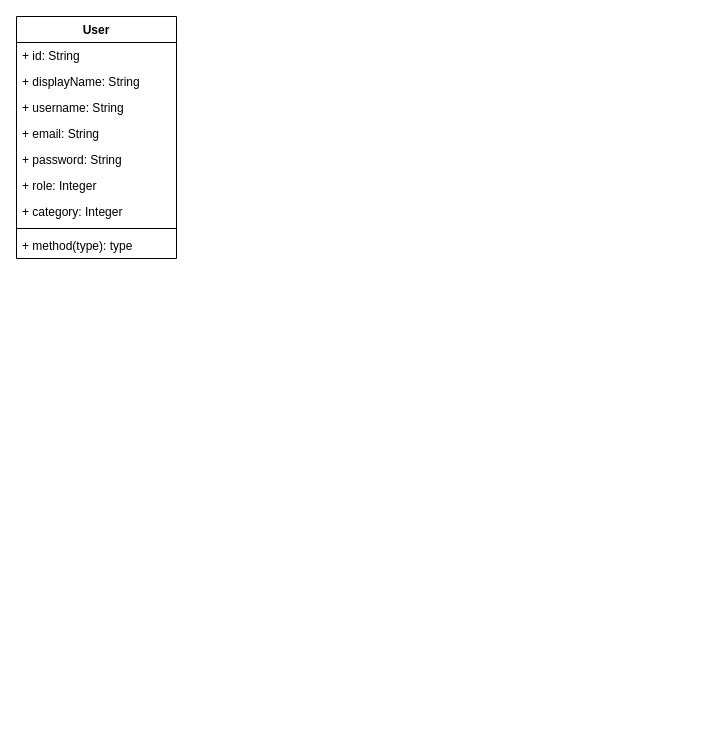
Demetriox/flutter-client keeps this draw.io diagram as Untitled Diagram.drawio. Above is the earlier version. Source tidied: cells renumbered, new cells numbered last; positions are measured from the earlier drawing's top-left corner, leaving out a move shared by most shapes. Both pictures are drawn from the tidied source at 100%, with x=0, y=0 at pixel (16, 16).
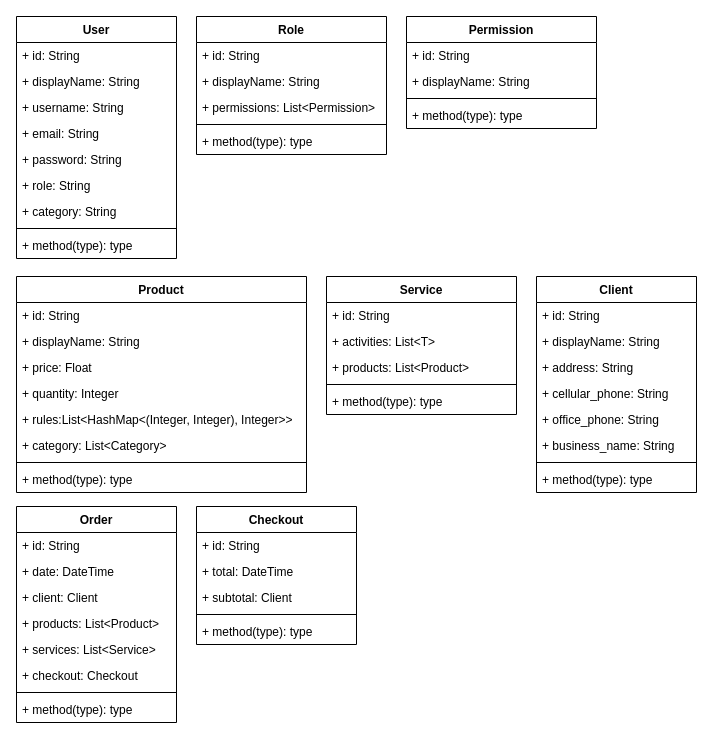
After the change.

Unchanged cells that the change refers to:
```xml
<mxCell id="2" value="User" style="swimlane;fontStyle=1;align=center;verticalAlign=top;horizontal=1;startSize=26;" parent="1" vertex="1">
  <mxGeometry width="160" height="242" as="geometry" />
</mxCell>
```

What changed in the source:
```diff
@@
-    <mxCell id="8" value="+ role: Integer" style="text;strokeColor=none;fillColor=none;align=left;verticalAlign=top;spacingLeft=4;spacingRight=4;overflow=hidden;" parent="2" vertex="1">
+    <mxCell id="8" value="+ role: String" style="text;strokeColor=none;fillColor=none;align=left;verticalAlign=top;spacingLeft=4;spacingRight=4;overflow=hidden;" parent="2" vertex="1">
       <mxGeometry y="156" width="160" height="26" as="geometry" />
     </mxCell>
-    <mxCell id="9" value="+ category: Integer" style="text;strokeColor=none;fillColor=none;align=left;verticalAlign=top;spacingLeft=4;spacingRight=4;overflow=hidden;" parent="2" vertex="1">
+    <mxCell id="9" value="+ category: String" style="text;strokeColor=none;fillColor=none;align=left;verticalAlign=top;spacingLeft=4;spacingRight=4;overflow=hidden;" parent="2" vertex="1">
       <mxGeometry y="182" width="160" height="26" as="geometry" />
     </mxCell>
@@
+    <mxCell id="12" value="Role" style="swimlane;fontStyle=1;align=center;verticalAlign=top;horizontal=1;startSize=26;" parent="1" vertex="1">
+      <mxGeometry x="180" width="190" height="138" as="geometry" />
+    </mxCell>
+    <mxCell id="13" value="+ id: String" style="text;strokeColor=none;fillColor=none;align=left;verticalAlign=top;spacingLeft=4;spacingRight=4;overflow=hidden;" parent="12" vertex="1">
+      <mxGeometry y="26" width="190" height="26" as="geometry" />
+    </mxCell>
+    <mxCell id="14" value="+ displayName: String" style="text;strokeColor=none;fillColor=none;align=left;verticalAlign=top;spacingLeft=4;spacingRight=4;overflow=hidden;" parent="12" vertex="1">
+      <mxGeometry y="52" width="190" height="26" as="geometry" />
+    </mxCell>
+    <mxCell id="15" value="+ permissions: List&lt;Permission&gt;" style="text;strokeColor=none;fillColor=none;align=left;verticalAlign=top;spacingLeft=4;spacingRight=4;overflow=hidden;" parent="12" vertex="1">
+      <mxGeometry y="78" width="190" height="26" as="geometry" />
+    </mxCell>
+    <mxCell id="16" style="line;strokeWidth=1;fillColor=none;align=left;verticalAlign=middle;spacingTop=-1;spacingLeft=3;spacingRight=3;labelPosition=right;" parent="12" vertex="1">
+      <mxGeometry y="104" width="190" height="8" as="geometry" />
+    </mxCell>
+    <mxCell id="17" value="+ method(type): type" style="text;strokeColor=none;fillColor=none;align=left;verticalAlign=top;spacingLeft=4;spacingRight=4;overflow=hidden;" parent="12" vertex="1">
+      <mxGeometry y="112" width="190" height="26" as="geometry" />
+    </mxCell>
+    <mxCell id="18" value="Permission" style="swimlane;fontStyle=1;align=center;verticalAlign=top;horizontal=1;startSize=26;" parent="1" vertex="1">
+      <mxGeometry x="390" width="190" height="112" as="geometry" />
+    </mxCell>
+    <mxCell id="19" value="+ id: String" style="text;strokeColor=none;fillColor=none;align=left;verticalAlign=top;spacingLeft=4;spacingRight=4;overflow=hidden;" parent="18" vertex="1">
+      <mxGeometry y="26" width="190" height="26" as="geometry" />
+    </mxCell>
+    <mxCell id="20" value="+ displayName: String" style="text;strokeColor=none;fillColor=none;align=left;verticalAlign=top;spacingLeft=4;spacingRight=4;overflow=hidden;" parent="18" vertex="1">
+      <mxGeometry y="52" width="190" height="26" as="geometry" />
+    </mxCell>
+    <mxCell id="21" style="line;strokeWidth=1;fillColor=none;align=left;verticalAlign=middle;spacingTop=-1;spacingLeft=3;spacingRight=3;labelPosition=right;" parent="18" vertex="1">
+      <mxGeometry y="78" width="190" height="8" as="geometry" />
+    </mxCell>
+    <mxCell id="22" value="+ method(type): type" style="text;strokeColor=none;fillColor=none;align=left;verticalAlign=top;spacingLeft=4;spacingRight=4;overflow=hidden;" parent="18" vertex="1">
+      <mxGeometry y="86" width="190" height="26" as="geometry" />
+    </mxCell>
+    <mxCell id="23" value="Product" style="swimlane;fontStyle=1;align=center;verticalAlign=top;horizontal=1;startSize=26;" parent="1" vertex="1">
+      <mxGeometry y="260" width="290" height="216" as="geometry" />
+    </mxCell>
+    <mxCell id="24" value="+ id: String" style="text;strokeColor=none;fillColor=none;align=left;verticalAlign=top;spacingLeft=4;spacingRight=4;overflow=hidden;" parent="23" vertex="1">
+      <mxGeometry y="26" width="290" height="26" as="geometry" />
+    </mxCell>
+    <mxCell id="25" value="+ displayName: String" style="text;strokeColor=none;fillColor=none;align=left;verticalAlign=top;spacingLeft=4;spacingRight=4;overflow=hidden;" parent="23" vertex="1">
+      <mxGeometry y="52" width="290" height="26" as="geometry" />
+    </mxCell>
+    <mxCell id="26" value="+ price: Float" style="text;strokeColor=none;fillColor=none;align=left;verticalAlign=top;spacingLeft=4;spacingRight=4;overflow=hidden;" parent="23" vertex="1">
+      <mxGeometry y="78" width="290" height="26" as="geometry" />
+    </mxCell>
+    <mxCell id="27" value="+ quantity: Integer" style="text;strokeColor=none;fillColor=none;align=left;verticalAlign=top;spacingLeft=4;spacingRight=4;overflow=hidden;" parent="23" vertex="1">
+      <mxGeometry y="104" width="290" height="26" as="geometry" />
+    </mxCell>
+    <mxCell id="28" value="+ rules:List&lt;HashMap&lt;(Integer, Integer), Integer&gt;&gt;" style="text;strokeColor=none;fillColor=none;align=left;verticalAlign=top;spacingLeft=4;spacingRight=4;overflow=hidden;" parent="23" vertex="1">
+      <mxGeometry y="130" width="290" height="26" as="geometry" />
+    </mxCell>
+    <mxCell id="29" value="+ category: List&lt;Category&gt;" style="text;strokeColor=none;fillColor=none;align=left;verticalAlign=top;spacingLeft=4;spacingRight=4;overflow=hidden;" parent="23" vertex="1">
+      <mxGeometry y="156" width="290" height="26" as="geometry" />
+    </mxCell>
+    <mxCell id="30" style="line;strokeWidth=1;fillColor=none;align=left;verticalAlign=middle;spacingTop=-1;spacingLeft=3;spacingRight=3;labelPosition=right;" parent="23" vertex="1">
+      <mxGeometry y="182" width="290" height="8" as="geometry" />
+    </mxCell>
+    <mxCell id="31" value="+ method(type): type" style="text;strokeColor=none;fillColor=none;align=left;verticalAlign=top;spacingLeft=4;spacingRight=4;overflow=hidden;" parent="23" vertex="1">
+      <mxGeometry y="190" width="290" height="26" as="geometry" />
+    </mxCell>
+    <mxCell id="32" value="Service" style="swimlane;fontStyle=1;align=center;verticalAlign=top;horizontal=1;startSize=26;" parent="1" vertex="1">
+      <mxGeometry x="310" y="260" width="190" height="138" as="geometry" />
+    </mxCell>
+    <mxCell id="33" value="+ id: String" style="text;strokeColor=none;fillColor=none;align=left;verticalAlign=top;spacingLeft=4;spacingRight=4;overflow=hidden;" parent="32" vertex="1">
+      <mxGeometry y="26" width="190" height="26" as="geometry" />
+    </mxCell>
+    <mxCell id="34" value="+ activities: List&lt;T&gt;" style="text;strokeColor=none;fillColor=none;align=left;verticalAlign=top;spacingLeft=4;spacingRight=4;overflow=hidden;" parent="32" vertex="1">
+      <mxGeometry y="52" width="190" height="26" as="geometry" />
+    </mxCell>
+    <mxCell id="35" value="+ products: List&lt;Product&gt;" style="text;strokeColor=none;fillColor=none;align=left;verticalAlign=top;spacingLeft=4;spacingRight=4;overflow=hidden;" parent="32" vertex="1">
+      <mxGeometry y="78" width="190" height="26" as="geometry" />
+    </mxCell>
+    <mxCell id="36" style="line;strokeWidth=1;fillColor=none;align=left;verticalAlign=middle;spacingTop=-1;spacingLeft=3;spacingRight=3;labelPosition=right;" parent="32" vertex="1">
+      <mxGeometry y="104" width="190" height="8" as="geometry" />
+    </mxCell>
+    <mxCell id="37" value="+ method(type): type" style="text;strokeColor=none;fillColor=none;align=left;verticalAlign=top;spacingLeft=4;spacingRight=4;overflow=hidden;" parent="32" vertex="1">
+      <mxGeometry y="112" width="190" height="26" as="geometry" />
+    </mxCell>
+    <mxCell id="38" value="Client" style="swimlane;fontStyle=1;align=center;verticalAlign=top;horizontal=1;startSize=26;" parent="1" vertex="1">
+      <mxGeometry x="520" y="260" width="160" height="216" as="geometry" />
+    </mxCell>
+    <mxCell id="39" value="+ id: String" style="text;strokeColor=none;fillColor=none;align=left;verticalAlign=top;spacingLeft=4;spacingRight=4;overflow=hidden;" parent="38" vertex="1">
+      <mxGeometry y="26" width="160" height="26" as="geometry" />
+    </mxCell>
+    <mxCell id="40" value="+ displayName: String" style="text;strokeColor=none;fillColor=none;align=left;verticalAlign=top;spacingLeft=4;spacingRight=4;overflow=hidden;" parent="38" vertex="1">
+      <mxGeometry y="52" width="160" height="26" as="geometry" />
+    </mxCell>
+    <mxCell id="41" value="+ address: String" style="text;strokeColor=none;fillColor=none;align=left;verticalAlign=top;spacingLeft=4;spacingRight=4;overflow=hidden;" parent="38" vertex="1">
+      <mxGeometry y="78" width="160" height="26" as="geometry" />
+    </mxCell>
+    <mxCell id="42" value="+ cellular_phone: String" style="text;strokeColor=none;fillColor=none;align=left;verticalAlign=top;spacingLeft=4;spacingRight=4;overflow=hidden;" parent="38" vertex="1">
+      <mxGeometry y="104" width="160" height="26" as="geometry" />
+    </mxCell>
+    <mxCell id="43" value="+ office_phone: String" style="text;strokeColor=none;fillColor=none;align=left;verticalAlign=top;spacingLeft=4;spacingRight=4;overflow=hidden;" parent="38" vertex="1">
+      <mxGeometry y="130" width="160" height="26" as="geometry" />
+    </mxCell>
+    <mxCell id="44" value="+ business_name: String" style="text;strokeColor=none;fillColor=none;align=left;verticalAlign=top;spacingLeft=4;spacingRight=4;overflow=hidden;" parent="38" vertex="1">
+      <mxGeometry y="156" width="160" height="26" as="geometry" />
+    </mxCell>
+    <mxCell id="45" style="line;strokeWidth=1;fillColor=none;align=left;verticalAlign=middle;spacingTop=-1;spacingLeft=3;spacingRight=3;labelPosition=right;" parent="38" vertex="1">
+      <mxGeometry y="182" width="160" height="8" as="geometry" />
+    </mxCell>
+    <mxCell id="46" value="+ method(type): type" style="text;strokeColor=none;fillColor=none;align=left;verticalAlign=top;spacingLeft=4;spacingRight=4;overflow=hidden;" parent="38" vertex="1">
+      <mxGeometry y="190" width="160" height="26" as="geometry" />
+    </mxCell>
+    <mxCell id="47" value="Order" style="swimlane;fontStyle=1;align=center;verticalAlign=top;horizontal=1;startSize=26;" parent="1" vertex="1">
+      <mxGeometry y="490" width="160" height="216" as="geometry" />
+    </mxCell>
+    <mxCell id="48" value="+ id: String" style="text;strokeColor=none;fillColor=none;align=left;verticalAlign=top;spacingLeft=4;spacingRight=4;overflow=hidden;" parent="47" vertex="1">
+      <mxGeometry y="26" width="160" height="26" as="geometry" />
+    </mxCell>
+    <mxCell id="49" value="+ date: DateTime" style="text;strokeColor=none;fillColor=none;align=left;verticalAlign=top;spacingLeft=4;spacingRight=4;overflow=hidden;" parent="47" vertex="1">
+      <mxGeometry y="52" width="160" height="26" as="geometry" />
+    </mxCell>
+    <mxCell id="50" value="+ client: Client" style="text;strokeColor=none;fillColor=none;align=left;verticalAlign=top;spacingLeft=4;spacingRight=4;overflow=hidden;" parent="47" vertex="1">
+      <mxGeometry y="78" width="160" height="26" as="geometry" />
+    </mxCell>
+    <mxCell id="51" value="+ products: List&lt;Product&gt;" style="text;strokeColor=none;fillColor=none;align=left;verticalAlign=top;spacingLeft=4;spacingRight=4;overflow=hidden;" parent="47" vertex="1">
+      <mxGeometry y="104" width="160" height="26" as="geometry" />
+    </mxCell>
+    <mxCell id="52" value="+ services: List&lt;Service&gt;" style="text;strokeColor=none;fillColor=none;align=left;verticalAlign=top;spacingLeft=4;spacingRight=4;overflow=hidden;" parent="47" vertex="1">
+      <mxGeometry y="130" width="160" height="26" as="geometry" />
+    </mxCell>
+    <mxCell id="53" value="+ checkout: Checkout" style="text;strokeColor=none;fillColor=none;align=left;verticalAlign=top;spacingLeft=4;spacingRight=4;overflow=hidden;" parent="47" vertex="1">
+      <mxGeometry y="156" width="160" height="26" as="geometry" />
+    </mxCell>
+    <mxCell id="54" style="line;strokeWidth=1;fillColor=none;align=left;verticalAlign=middle;spacingTop=-1;spacingLeft=3;spacingRight=3;labelPosition=right;" parent="47" vertex="1">
+      <mxGeometry y="182" width="160" height="8" as="geometry" />
+    </mxCell>
+    <mxCell id="55" value="+ method(type): type" style="text;strokeColor=none;fillColor=none;align=left;verticalAlign=top;spacingLeft=4;spacingRight=4;overflow=hidden;" parent="47" vertex="1">
+      <mxGeometry y="190" width="160" height="26" as="geometry" />
+    </mxCell>
+    <mxCell id="56" value="Checkout" style="swimlane;fontStyle=1;align=center;verticalAlign=top;horizontal=1;startSize=26;" parent="1" vertex="1">
+      <mxGeometry x="180" y="490" width="160" height="138" as="geometry" />
+    </mxCell>
+    <mxCell id="57" value="+ id: String" style="text;strokeColor=none;fillColor=none;align=left;verticalAlign=top;spacingLeft=4;spacingRight=4;overflow=hidden;" parent="56" vertex="1">
+      <mxGeometry y="26" width="160" height="26" as="geometry" />
+    </mxCell>
+    <mxCell id="58" value="+ total: DateTime" style="text;strokeColor=none;fillColor=none;align=left;verticalAlign=top;spacingLeft=4;spacingRight=4;overflow=hidden;" parent="56" vertex="1">
+      <mxGeometry y="52" width="160" height="26" as="geometry" />
+    </mxCell>
+    <mxCell id="59" value="+ subtotal: Client" style="text;strokeColor=none;fillColor=none;align=left;verticalAlign=top;spacingLeft=4;spacingRight=4;overflow=hidden;" parent="56" vertex="1">
+      <mxGeometry y="78" width="160" height="26" as="geometry" />
+    </mxCell>
+    <mxCell id="60" style="line;strokeWidth=1;fillColor=none;align=left;verticalAlign=middle;spacingTop=-1;spacingLeft=3;spacingRight=3;labelPosition=right;" parent="56" vertex="1">
+      <mxGeometry y="104" width="160" height="8" as="geometry" />
+    </mxCell>
+    <mxCell id="61" value="+ method(type): type" style="text;strokeColor=none;fillColor=none;align=left;verticalAlign=top;spacingLeft=4;spacingRight=4;overflow=hidden;" parent="56" vertex="1">
+      <mxGeometry y="112" width="160" height="26" as="geometry" />
+    </mxCell>
```
